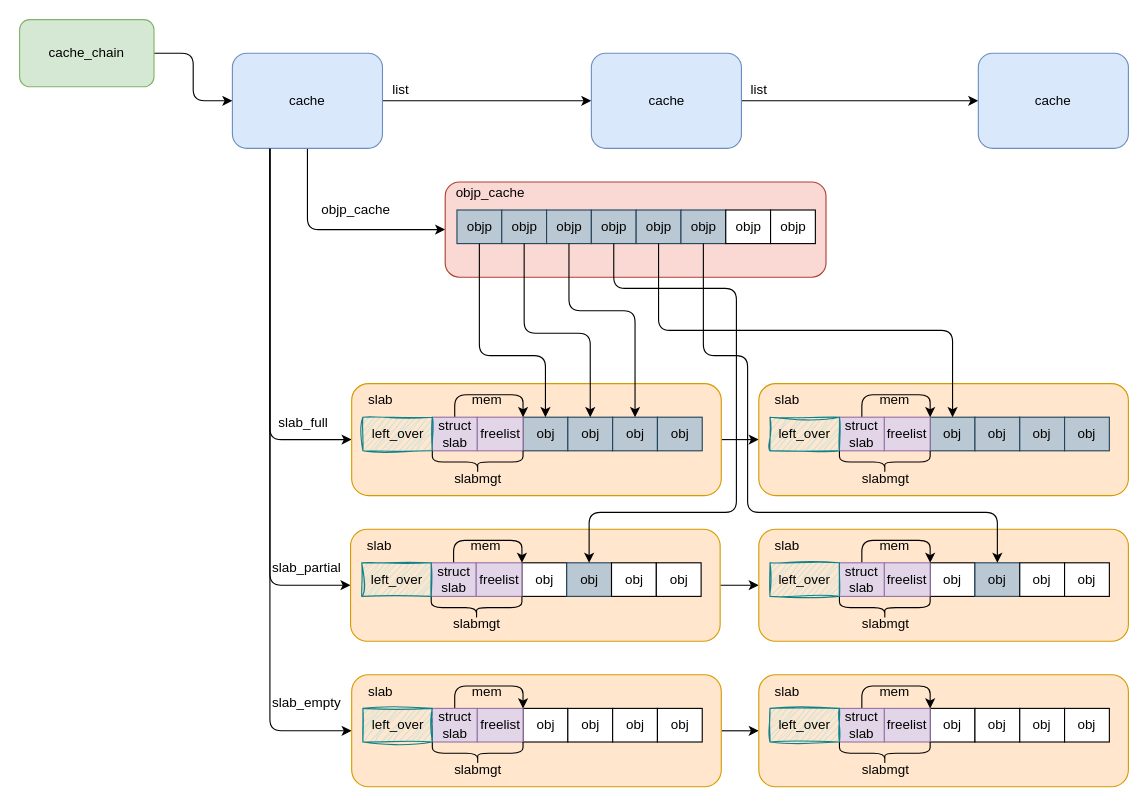
The draw.io diagram images/kmem_cache-physical-structure.drawio in kongjun18/thesis, before the edit. Source tidied: cells renumbered, new cells numbered last; positions are measured from the earlier drawing's top-left corner, leaving out a move shared by most shapes. Both pictures are drawn from the tidied source at 112%, with x=0, y=0 at pixel (19, 19).
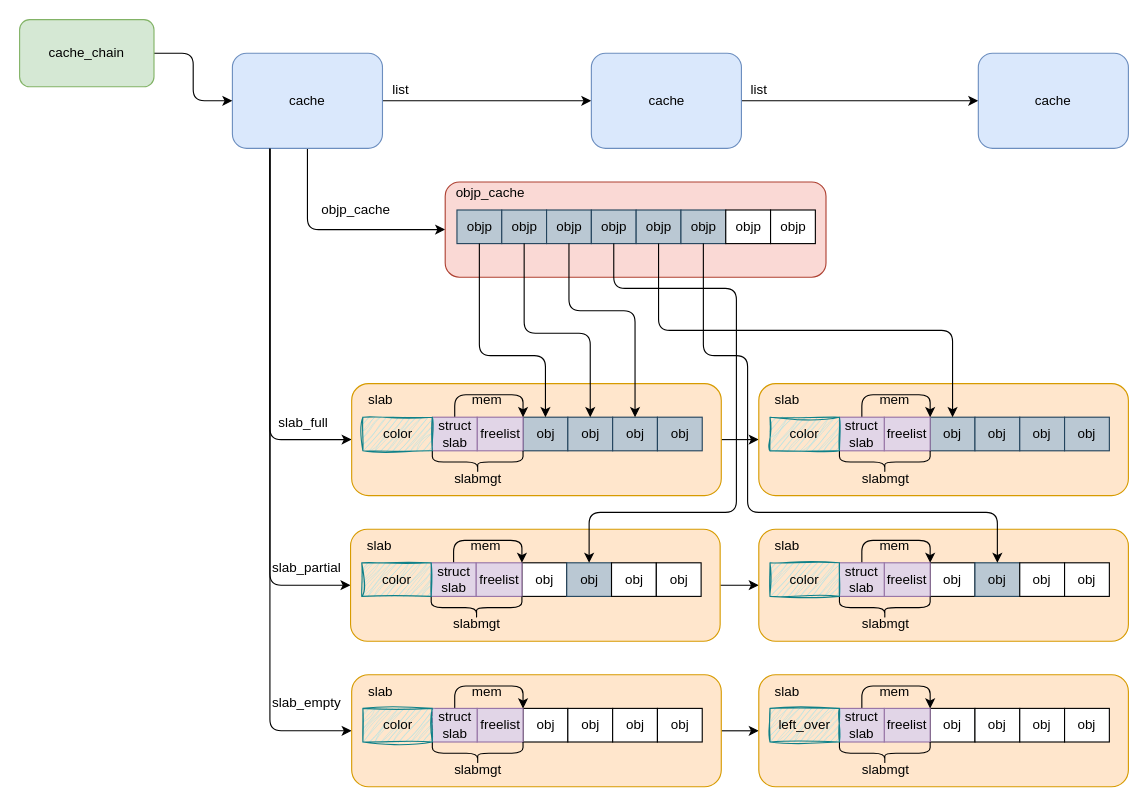
Above is the later version.

Change to the diagram source:
```diff
@@
-    <mxCell id="42" value="left_over" style="rounded=0;whiteSpace=wrap;html=1;shadow=0;fillStyle=auto;fillColor=#b0e3e6;strokeColor=#0e8088;glass=0;sketch=1;curveFitting=1;jiggle=2;" parent="1" vertex="1">
+    <mxCell id="42" value="color" style="rounded=0;whiteSpace=wrap;html=1;shadow=0;fillStyle=auto;fillColor=#b0e3e6;strokeColor=#0e8088;glass=0;sketch=1;curveFitting=1;jiggle=2;" parent="1" vertex="1">
       <mxGeometry x="305.5" y="485" width="62" height="30" as="geometry" />
     </mxCell>
@@
-    <mxCell id="55" value="left_over" style="rounded=0;whiteSpace=wrap;html=1;shadow=0;fillStyle=auto;fillColor=#b0e3e6;strokeColor=#0e8088;glass=0;sketch=1;curveFitting=1;jiggle=2;" parent="1" vertex="1">
+    <mxCell id="55" value="color" style="rounded=0;whiteSpace=wrap;html=1;shadow=0;fillStyle=auto;fillColor=#b0e3e6;strokeColor=#0e8088;glass=0;sketch=1;curveFitting=1;jiggle=2;" parent="1" vertex="1">
       <mxGeometry x="670" y="485" width="62" height="30" as="geometry" />
     </mxCell>
@@
-    <mxCell id="69" value="left_over" style="rounded=0;whiteSpace=wrap;html=1;shadow=0;fillStyle=auto;fillColor=#b0e3e6;strokeColor=#0e8088;glass=0;sketch=1;curveFitting=1;jiggle=2;" parent="1" vertex="1">
+    <mxCell id="69" value="color" style="rounded=0;whiteSpace=wrap;html=1;shadow=0;fillStyle=auto;fillColor=#b0e3e6;strokeColor=#0e8088;glass=0;sketch=1;curveFitting=1;jiggle=2;" parent="1" vertex="1">
       <mxGeometry x="306.5" y="615" width="62" height="30" as="geometry" />
     </mxCell>
@@
-    <mxCell id="96" value="left_over" style="rounded=0;whiteSpace=wrap;html=1;shadow=0;fillStyle=auto;fillColor=#b0e3e6;strokeColor=#0e8088;glass=0;sketch=1;curveFitting=1;jiggle=2;" parent="1" vertex="1">
+    <mxCell id="96" value="color" style="rounded=0;whiteSpace=wrap;html=1;shadow=0;fillStyle=auto;fillColor=#b0e3e6;strokeColor=#0e8088;glass=0;sketch=1;curveFitting=1;jiggle=2;" parent="1" vertex="1">
       <mxGeometry x="306.5" y="355" width="62" height="30" as="geometry" />
     </mxCell>
@@
-    <mxCell id="109" value="left_over" style="rounded=0;whiteSpace=wrap;html=1;shadow=0;fillStyle=auto;fillColor=#b0e3e6;strokeColor=#0e8088;glass=0;sketch=1;curveFitting=1;jiggle=2;" parent="1" vertex="1">
+    <mxCell id="109" value="color" style="rounded=0;whiteSpace=wrap;html=1;shadow=0;fillStyle=auto;fillColor=#b0e3e6;strokeColor=#0e8088;glass=0;sketch=1;curveFitting=1;jiggle=2;" parent="1" vertex="1">
       <mxGeometry x="670" y="355" width="62" height="30" as="geometry" />
     </mxCell>
```
